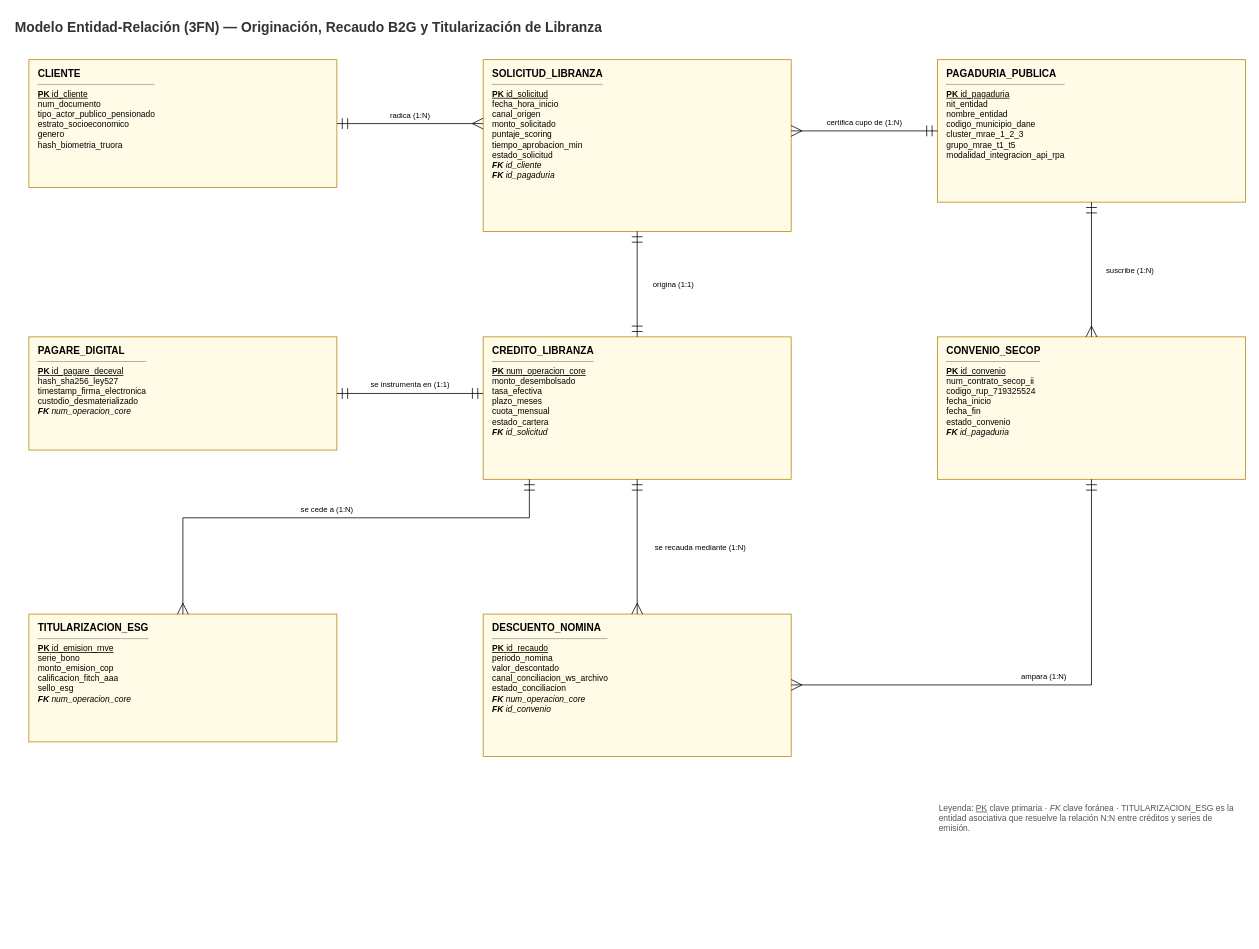
samuelguar/AE-Grupo-Ban100 keeps this draw.io diagram as 02-modelo-informacion/modelo-final-er.drawio. Above is the earlier version. Source tidied: cells renumbered, new cells numbered last; positions are measured from the earlier drawing's top-left corner, leaving out a move shared by most shapes. Both pictures are drawn from the tidied source at 77%, with x=0, y=0 at pixel (13, 13).
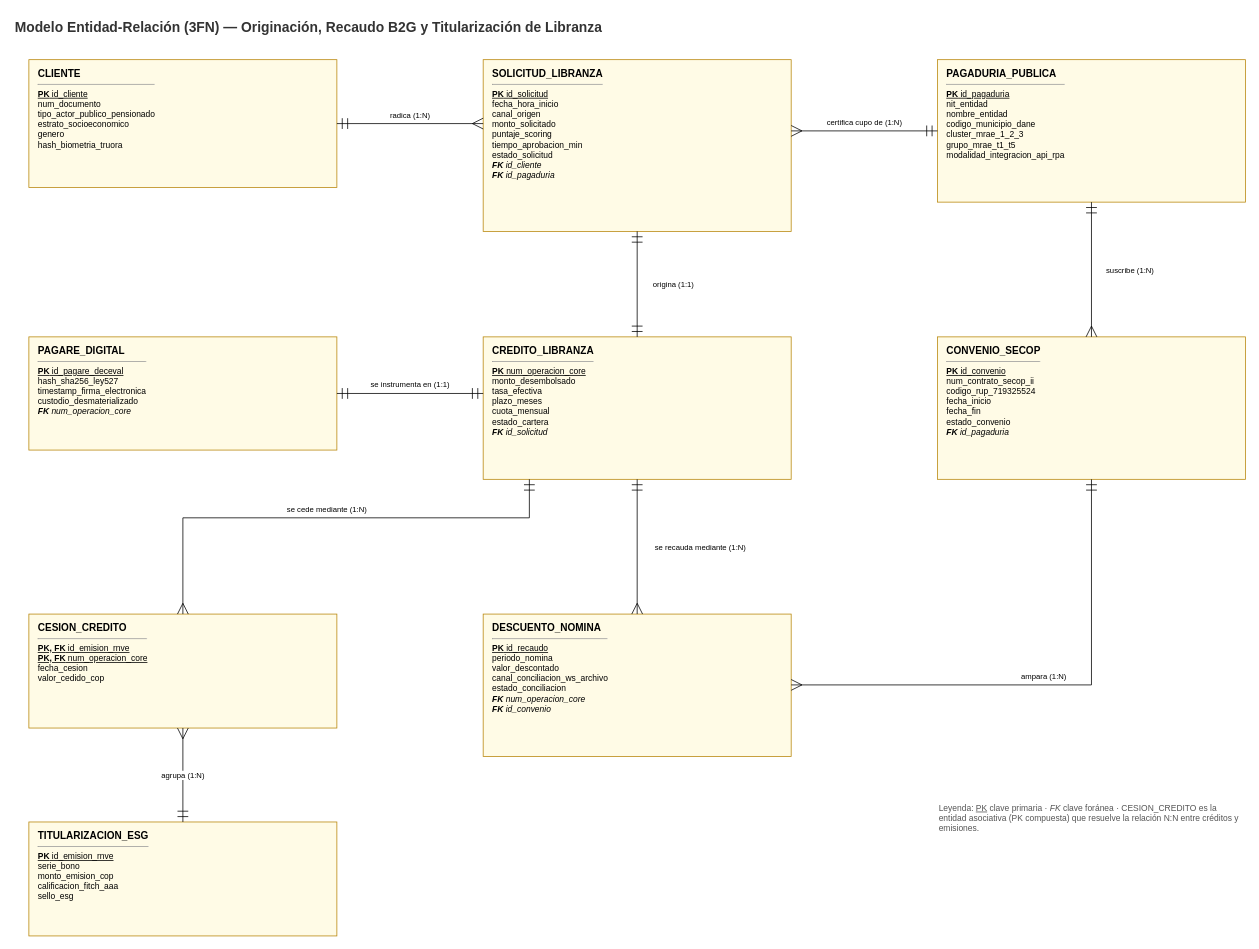
After the change.

The change refers to these unchanged cells:
```xml
<mxCell id="7" value="&lt;b style='font-size:13px'&gt;CREDITO_LIBRANZA&lt;/b&gt;&lt;hr size='1'&gt;&lt;u&gt;&lt;b&gt;PK&lt;/b&gt; num_operacion_core&lt;/u&gt;&lt;br&gt;monto_desembolsado&lt;br&gt;tasa_efectiva&lt;br&gt;plazo_meses&lt;br&gt;cuota_mensual&lt;br&gt;estado_cartera&lt;br&gt;&lt;i&gt;&lt;b&gt;FK&lt;/b&gt; id_solicitud&lt;/i&gt;&lt;br&gt;" style="rounded=0;whiteSpace=wrap;html=1;align=left;verticalAlign=top;spacingLeft=10;spacingTop=4;fillColor=#fffbe6;strokeColor=#b8860b;fontSize=11;fontFamily=Helvetica;" parent="1" vertex="1">
  <mxGeometry x="610" y="420" width="400" height="185" as="geometry" />
</mxCell>
```

What changed in the source:
```diff
@@
+    <mxCell id="20" value="&lt;b style='font-size:13px'&gt;CESION_CREDITO&lt;/b&gt;&lt;hr size='1'&gt;&lt;u&gt;&lt;b&gt;PK, FK&lt;/b&gt; id_emision_rnve&lt;/u&gt;&lt;br&gt;&lt;u&gt;&lt;b&gt;PK, FK&lt;/b&gt; num_operacion_core&lt;/u&gt;&lt;br&gt;fecha_cesion&lt;br&gt;valor_cedido_cop&lt;br&gt;" style="rounded=0;whiteSpace=wrap;html=1;align=left;verticalAlign=top;spacingLeft=10;spacingTop=4;fillColor=#fffbe6;strokeColor=#b8860b;fontSize=11;fontFamily=Helvetica;" parent="1" vertex="1">
+      <mxGeometry x="20" y="780" width="400" height="148" as="geometry" />
+    </mxCell>
-    <mxCell id="9" value="&lt;b style='font-size:13px'&gt;TITULARIZACION_ESG&lt;/b&gt;&lt;hr size='1'&gt;&lt;u&gt;&lt;b&gt;PK&lt;/b&gt; id_emision_rnve&lt;/u&gt;&lt;br&gt;serie_bono&lt;br&gt;monto_emision_cop&lt;br&gt;calificacion_fitch_aaa&lt;br&gt;sello_esg&lt;br&gt;&lt;i&gt;&lt;b&gt;FK&lt;/b&gt; num_operacion_core&lt;/i&gt;&lt;br&gt;" style="rounded=0;whiteSpace=wrap;html=1;align=left;verticalAlign=top;spacingLeft=10;spacingTop=4;fillColor=#fffbe6;strokeColor=#b8860b;fontSize=11;fontFamily=Helvetica;" parent="1" vertex="1">
-      <mxGeometry x="20" y="780" width="400" height="166" as="geometry" />
+    <mxCell id="9" value="&lt;b style='font-size:13px'&gt;TITULARIZACION_ESG&lt;/b&gt;&lt;hr size='1'&gt;&lt;u&gt;&lt;b&gt;PK&lt;/b&gt; id_emision_rnve&lt;/u&gt;&lt;br&gt;serie_bono&lt;br&gt;monto_emision_cop&lt;br&gt;calificacion_fitch_aaa&lt;br&gt;sello_esg&lt;br&gt;" style="rounded=0;whiteSpace=wrap;html=1;align=left;verticalAlign=top;spacingLeft=10;spacingTop=4;fillColor=#fffbe6;strokeColor=#b8860b;fontSize=11;fontFamily=Helvetica;" parent="1" vertex="1">
+      <mxGeometry x="20" y="1050" width="400" height="148" as="geometry" />
     </mxCell>
@@
-    <mxCell id="11" value="Leyenda: &lt;u&gt;PK&lt;/u&gt; clave primaria · &lt;i&gt;FK&lt;/i&gt; clave foránea · TITULARIZACION_ESG es la entidad asociativa que resuelve la relación N:N entre créditos y series de emisión." style="text;html=1;whiteSpace=wrap;align=left;verticalAlign=middle;fillColor=none;strokeColor=none;labelBackgroundColor=none;fontSize=11;fontColor=#555555;fontFamily=Helvetica;" parent="1" vertex="1">
+    <mxCell id="11" value="Leyenda: &lt;u&gt;PK&lt;/u&gt; clave primaria · &lt;i&gt;FK&lt;/i&gt; clave foránea · CESION_CREDITO es la entidad asociativa (PK compuesta) que resuelve la relación N:N entre créditos y emisiones." style="text;html=1;whiteSpace=wrap;align=left;verticalAlign=middle;fillColor=none;strokeColor=none;labelBackgroundColor=none;fontSize=11;fontColor=#555555;fontFamily=Helvetica;" parent="1" vertex="1">
       <mxGeometry x="1200" y="1000" width="400" height="90" as="geometry" />
     </mxCell>
@@
-    <mxCell id="19" value="se cede a (1:N)" style="edgeStyle=orthogonalEdgeStyle;rounded=0;html=1;fontSize=10;startArrow=ERmandOne;startFill=0;endArrow=ERmany;endFill=0;startSize=12;endSize=12;exitX=0.1500;exitY=1.0000;exitDx=0;exitDy=0;entryX=0.5000;entryY=0.0000;entryDx=0;entryDy=0;fontFamily=Helvetica;" parent="1" edge="1" source="7" target="9">
+    <mxCell id="19" value="se cede mediante (1:N)" style="edgeStyle=orthogonalEdgeStyle;rounded=0;html=1;fontSize=10;startArrow=ERmandOne;startFill=0;endArrow=ERmany;endFill=0;startSize=12;endSize=12;exitX=0.1500;exitY=1.0000;exitDx=0;exitDy=0;entryX=0.5000;entryY=0.0000;entryDx=0;entryDy=0;fontFamily=Helvetica;" parent="1" edge="1" source="7" target="20">
       <mxGeometry relative="1" as="geometry">
         <Array as="points">
           <mxPoint x="670" y="655" />
           <mxPoint x="220" y="655" />
         </Array>
         <mxPoint y="-11.5" as="offset" />
       </mxGeometry>
     </mxCell>
+    <mxCell id="21" value="agrupa (1:N)" style="edgeStyle=orthogonalEdgeStyle;rounded=0;html=1;fontSize=10;startArrow=ERmandOne;startFill=0;endArrow=ERmany;endFill=0;startSize=12;endSize=12;exitX=0.5000;exitY=0.0000;exitDx=0;exitDy=0;entryX=0.5000;entryY=1.0000;entryDx=0;entryDy=0;fontFamily=Helvetica;" parent="1" edge="1" source="9" target="20">
+      <mxGeometry relative="1" as="geometry" />
+    </mxCell>
```
